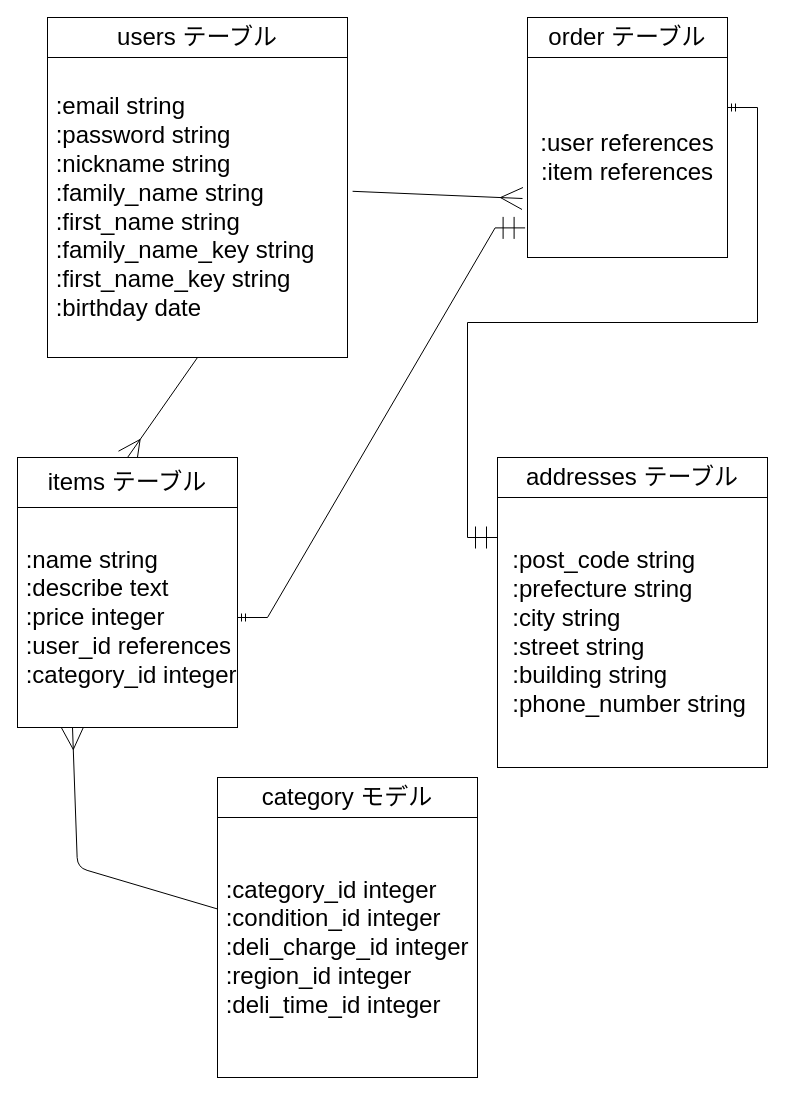
Earlier version of the draw.io diagram db.dio (ca-zer0/furima-40577). Source tidied: cells renumbered, new cells numbered last; positions are measured from the earlier drawing's top-left corner, leaving out a move shared by most shapes. Both pictures are drawn from the tidied source at 100%, with x=0, y=0 at pixel (17, 17).
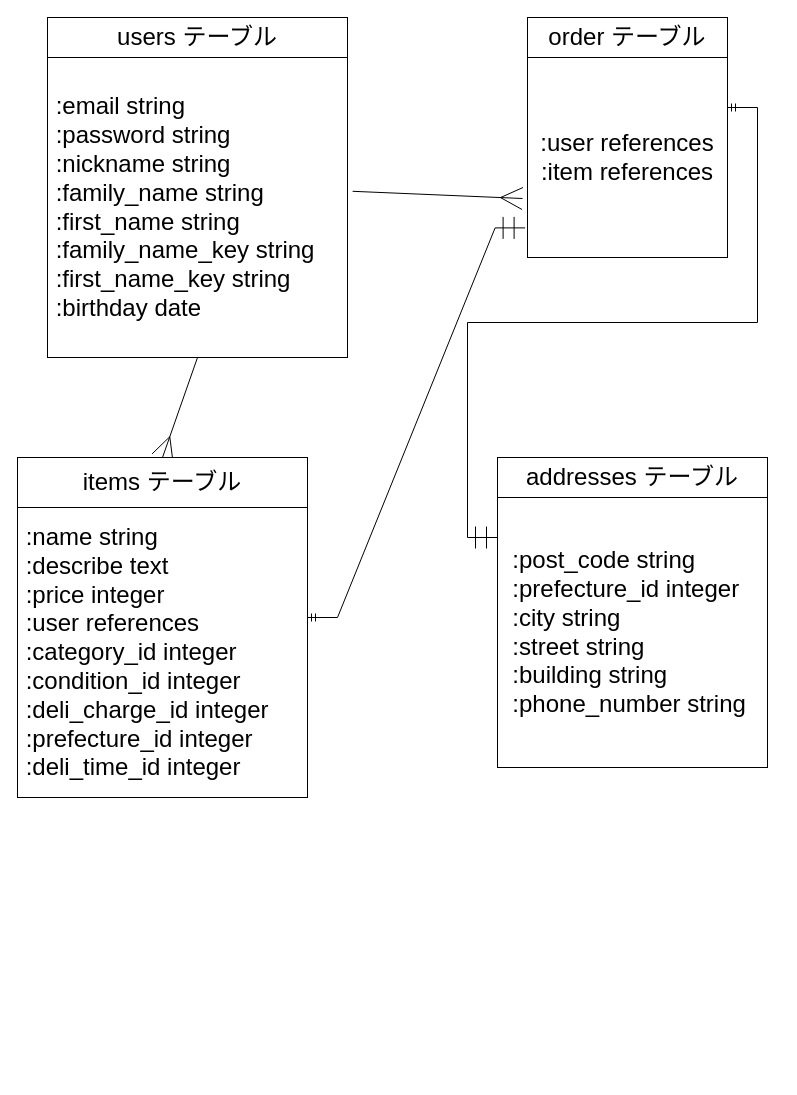
Above is the later version.

Commit message (it also covers changes not shown here):
ER図修正およびREADME修正

Change to the diagram source:
```diff
@@
 <mxGraphModel>
   <root>
     <mxCell id="0" />
     <mxCell id="1" parent="0" />
     <mxCell id="2" value="&lt;font style=&quot;font-size: 24px;&quot;&gt;users テーブル&lt;/font&gt;" style="rounded=0;whiteSpace=wrap;html=1;" parent="1" vertex="1">
       <mxGeometry x="30" width="300" height="40" as="geometry" />
     </mxCell>
     <mxCell id="3" value="&lt;div style=&quot;&quot;&gt;&lt;span style=&quot;background-color: initial;&quot;&gt;&amp;nbsp;:email string&lt;/span&gt;&lt;/div&gt;&lt;div style=&quot;&quot;&gt;&lt;span style=&quot;background-color: initial;&quot;&gt;&amp;nbsp;:password string&lt;/span&gt;&lt;/div&gt;&lt;div style=&quot;&quot;&gt;&lt;span style=&quot;background-color: initial;&quot;&gt;&amp;nbsp;:nickname string&lt;/span&gt;&lt;/div&gt;&lt;div style=&quot;&quot;&gt;&lt;span style=&quot;background-color: initial;&quot;&gt;&amp;nbsp;:family_name string&lt;/span&gt;&lt;/div&gt;&lt;div style=&quot;&quot;&gt;&lt;span style=&quot;background-color: initial;&quot;&gt;&amp;nbsp;:first_name string&lt;/span&gt;&lt;/div&gt;&lt;div style=&quot;&quot;&gt;&lt;span style=&quot;background-color: initial;&quot;&gt;&amp;nbsp;:family_name_key string&lt;/span&gt;&lt;/div&gt;&lt;div style=&quot;&quot;&gt;&lt;span style=&quot;background-color: initial;&quot;&gt;&amp;nbsp;:first_name_key string&lt;/span&gt;&lt;/div&gt;&lt;div style=&quot;&quot;&gt;&lt;span style=&quot;background-color: initial;&quot;&gt;&amp;nbsp;:birthday date&lt;/span&gt;&lt;/div&gt;" style="whiteSpace=wrap;html=1;fontSize=24;align=left;" parent="1" vertex="1">
       <mxGeometry x="30" y="40" width="300" height="300" as="geometry" />
     </mxCell>
     <mxCell id="4" style="fontSize=12;html=1;endArrow=ERmany;strokeColor=default;targetPerimeterSpacing=0;sourcePerimeterSpacing=0;jumpSize=24;strokeWidth=1;exitX=0.5;exitY=1;exitDx=0;exitDy=0;jumpStyle=sharp;entryX=0.5;entryY=0;entryDx=0;entryDy=0;endSize=20;" parent="1" edge="1" source="3" target="5">
       <mxGeometry relative="1" as="geometry" />
     </mxCell>
     <mxCell id="5" value="items テーブル" style="rounded=0;whiteSpace=wrap;html=1;fontSize=24;" parent="1" vertex="1">
-      <mxGeometry y="440" width="220" height="50" as="geometry" />
+      <mxGeometry y="440" width="290" height="50" as="geometry" />
     </mxCell>
-    <mxCell id="6" value="&amp;nbsp;:name string&lt;br&gt;&amp;nbsp;:describe text&lt;br&gt;&amp;nbsp;:price integer&lt;br&gt;&amp;nbsp;:user_id references&lt;br&gt;&amp;nbsp;:category_id integer" style="whiteSpace=wrap;html=1;fontSize=24;align=left;" parent="1" vertex="1">
-      <mxGeometry y="490" width="220" height="220" as="geometry" />
+    <mxCell id="6" value="&amp;nbsp;:name string&lt;br&gt;&amp;nbsp;:describe text&lt;br&gt;&amp;nbsp;:price integer&lt;br&gt;&amp;nbsp;:user references&lt;br&gt;&amp;nbsp;:category_id integer&lt;br&gt;&amp;nbsp;:condition_id integer&lt;br&gt;&amp;nbsp;:deli_charge_id integer&lt;br&gt;&amp;nbsp;:prefecture_id integer&lt;br&gt;&amp;nbsp;:deli_time_id integer" style="whiteSpace=wrap;html=1;fontSize=24;align=left;" parent="1" vertex="1">
+      <mxGeometry y="490" width="290" height="290" as="geometry" />
     </mxCell>
     <mxCell id="7" value="order テーブル" style="rounded=0;whiteSpace=wrap;html=1;fontSize=24;" parent="1" vertex="1">
       <mxGeometry x="510" width="200" height="40" as="geometry" />
     </mxCell>
     <mxCell id="8" value=":user references&lt;br&gt;:item references" style="whiteSpace=wrap;html=1;fontSize=24;" parent="1" vertex="1">
       <mxGeometry x="510" y="40" width="200" height="200" as="geometry" />
     </mxCell>
-    <mxCell id="9" value="category モデル" style="rounded=0;whiteSpace=wrap;html=1;fontSize=24;" parent="1" vertex="1">
-      <mxGeometry x="200" y="760" width="260" height="40" as="geometry" />
-    </mxCell>
-    <mxCell id="10" value="&lt;span style=&quot;&quot;&gt;&amp;nbsp;:category_id integer&lt;/span&gt;&lt;br style=&quot;&quot;&gt;&lt;span style=&quot;&quot;&gt;&amp;nbsp;:condition_id integer&lt;/span&gt;&lt;br style=&quot;&quot;&gt;&lt;span style=&quot;&quot;&gt;&amp;nbsp;:deli_charge_id integer&lt;/span&gt;&lt;br style=&quot;&quot;&gt;&lt;span style=&quot;&quot;&gt;&amp;nbsp;:region_id integer&lt;/span&gt;&lt;br style=&quot;&quot;&gt;&lt;span style=&quot;&quot;&gt;&amp;nbsp;:deli_time_id integer&lt;/span&gt;" style="whiteSpace=wrap;html=1;fontSize=24;align=left;" parent="1" vertex="1">
-      <mxGeometry x="200" y="800" width="260" height="260" as="geometry" />
-    </mxCell>
-    <mxCell id="11" style="fontSize=12;html=1;endArrow=ERmany;strokeColor=default;targetPerimeterSpacing=0;sourcePerimeterSpacing=0;jumpSize=24;strokeWidth=1;jumpStyle=sharp;endSize=20;entryX=0.25;entryY=1;entryDx=0;entryDy=0;" parent="1" edge="1" source="10" target="6">
-      <mxGeometry relative="1" as="geometry">
-        <Array as="points">
-          <mxPoint x="60" y="850" />
-        </Array>
-      </mxGeometry>
-    </mxCell>
     <mxCell id="12" style="fontSize=12;html=1;endArrow=ERmany;strokeColor=default;targetPerimeterSpacing=0;sourcePerimeterSpacing=0;jumpSize=24;strokeWidth=1;exitX=1.017;exitY=0.446;exitDx=0;exitDy=0;jumpStyle=sharp;endSize=20;exitPerimeter=0;entryX=-0.025;entryY=0.705;entryDx=0;entryDy=0;entryPerimeter=0;" parent="1" edge="1" source="3" target="8">
       <mxGeometry relative="1" as="geometry" />
     </mxCell>
-    <mxCell id="13" style="edgeStyle=entityRelationEdgeStyle;fontSize=12;html=1;endArrow=ERmandOne;startArrow=ERmandOne;strokeColor=default;strokeWidth=1;endSize=20;sourcePerimeterSpacing=0;targetPerimeterSpacing=0;jumpStyle=sharp;jumpSize=24;rounded=0;entryX=-0.012;entryY=0.852;entryDx=0;entryDy=0;entryPerimeter=0;" parent="1" edge="1" source="6" target="8">
-      <mxGeometry relative="1" as="geometry" />
+    <mxCell id="13" style="edgeStyle=entityRelationEdgeStyle;fontSize=12;html=1;endArrow=ERmandOne;startArrow=ERmandOne;strokeColor=default;strokeWidth=1;endSize=20;sourcePerimeterSpacing=0;targetPerimeterSpacing=0;jumpStyle=sharp;jumpSize=24;rounded=0;entryX=-0.012;entryY=0.852;entryDx=0;entryDy=0;entryPerimeter=0;" parent="1" edge="1" target="8">
+      <mxGeometry relative="1" as="geometry">
+        <mxPoint x="290" y="600" as="sourcePoint" />
+      </mxGeometry>
     </mxCell>
     <mxCell id="14" style="edgeStyle=entityRelationEdgeStyle;fontSize=12;html=1;endArrow=ERmandOne;startArrow=ERmandOne;rounded=0;strokeColor=default;strokeWidth=1;endSize=20;sourcePerimeterSpacing=0;targetPerimeterSpacing=0;jumpStyle=sharp;jumpSize=24;exitX=1;exitY=0.25;exitDx=0;exitDy=0;" parent="1" edge="1" source="8">
       <mxGeometry relative="1" as="geometry">
         <mxPoint x="480" y="520" as="targetPoint" />
       </mxGeometry>
     </mxCell>
     <mxCell id="15" value="addresses テーブル" style="rounded=0;whiteSpace=wrap;html=1;fontSize=24;" parent="1" vertex="1">
       <mxGeometry x="480" y="440" width="270" height="40" as="geometry" />
     </mxCell>
-    <mxCell id="16" value="&amp;nbsp; :post_code string&lt;br&gt;&amp;nbsp; :prefecture string&lt;br&gt;&amp;nbsp; :city string&lt;br&gt;&amp;nbsp; :street string&amp;nbsp;&amp;nbsp;&lt;br&gt;&amp;nbsp; :building string&lt;br&gt;&amp;nbsp; :phone_number string&amp;nbsp;" style="whiteSpace=wrap;html=1;fontSize=24;align=left;" parent="1" vertex="1">
+    <mxCell id="16" value="&amp;nbsp; :post_code string&lt;br&gt;&amp;nbsp; :prefecture_id integer&lt;br&gt;&amp;nbsp; :city string&lt;br&gt;&amp;nbsp; :street string&amp;nbsp;&amp;nbsp;&lt;br&gt;&amp;nbsp; :building string&lt;br&gt;&amp;nbsp; :phone_number string&amp;nbsp;" style="whiteSpace=wrap;html=1;fontSize=24;align=left;" parent="1" vertex="1">
       <mxGeometry x="480" y="480" width="270" height="270" as="geometry" />
     </mxCell>
   </root>
 </mxGraphModel>
```
